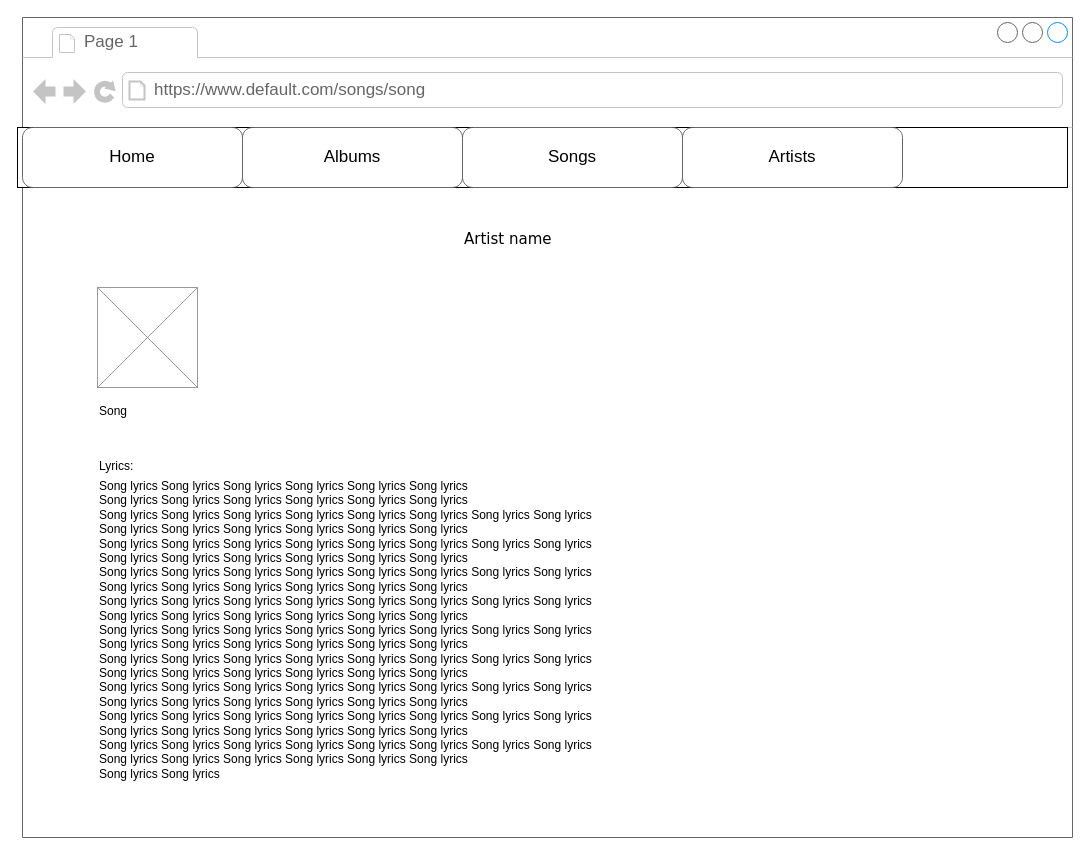
Before: Documentation/wireframes/song.drawio in LyonBerends/web-basics, a draw.io diagram. Source tidied: cells renumbered, new cells numbered last; positions are measured from the earlier drawing's top-left corner, leaving out a move shared by most shapes. Both pictures are drawn from the tidied source at 100%, with x=0, y=0 at pixel (17, 17).
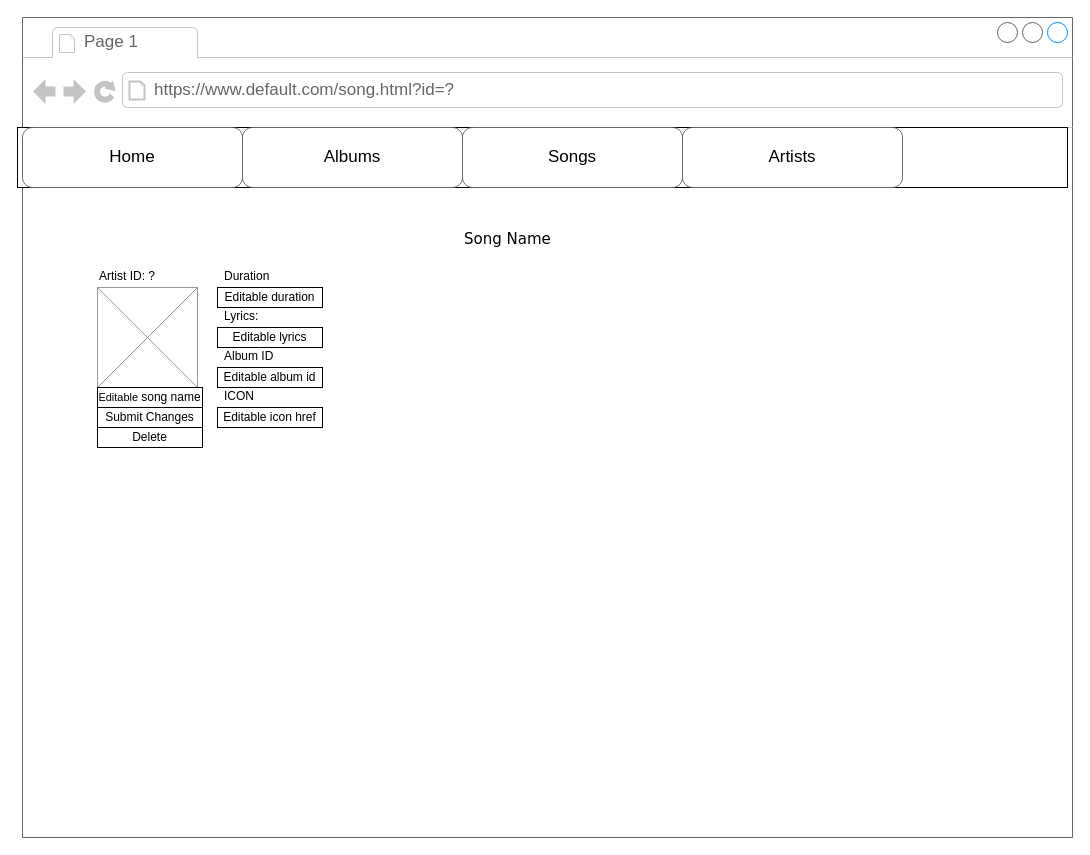
After the change.

The change refers to these unchanged cells:
```xml
<mxCell id="2" style="strokeWidth=1;shadow=0;dashed=0;align=center;html=1;shape=mxgraph.mockup.containers.browserWindow;rSize=0;strokeColor=#666666;mainText=,;rounded=0;labelBackgroundColor=none;fontFamily=Verdana;fontSize=12;" parent="1" vertex="1">
  <mxGeometry x="5" width="1050" height="820" as="geometry" />
</mxCell>
```

Change to the diagram source:
```diff
@@
-    <mxCell id="4" value="&lt;div&gt;https://www.default.com/songs/song&lt;/div&gt;" style="strokeWidth=1;shadow=0;dashed=0;align=center;html=1;shape=mxgraph.mockup.containers.anchor;rSize=0;fontSize=17;fontColor=#666666;align=left;" parent="2" vertex="1">
+    <mxCell id="4" value="&lt;div&gt;https://www.default.com/song.html?id=?&lt;/div&gt;" style="strokeWidth=1;shadow=0;dashed=0;align=center;html=1;shape=mxgraph.mockup.containers.anchor;rSize=0;fontSize=17;fontColor=#666666;align=left;" parent="2" vertex="1">
       <mxGeometry x="130" y="60" width="250" height="26" as="geometry" />
     </mxCell>
-    <mxCell id="5" value="Artist name" style="text;html=1;align=left;verticalAlign=top;spacingTop=-4;fontSize=15;fontFamily=Verdana;" parent="2" vertex="1">
+    <mxCell id="5" value="Song Name" style="text;html=1;align=left;verticalAlign=top;spacingTop=-4;fontSize=15;fontFamily=Verdana;" parent="2" vertex="1">
       <mxGeometry x="440" y="210" width="170" height="30" as="geometry" />
     </mxCell>
@@
-    <mxCell id="12" value="Song" style="text;spacingTop=-5;whiteSpace=wrap;html=1;align=left;fontSize=12;fontFamily=Helvetica;fillColor=none;strokeColor=none;" parent="2" vertex="1">
-      <mxGeometry x="75" y="385" width="80" height="20" as="geometry" />
-    </mxCell>
+    <mxCell id="15" value="Artist ID: ?" style="text;spacingTop=-5;whiteSpace=wrap;html=1;align=left;fontSize=12;fontFamily=Helvetica;fillColor=none;strokeColor=none;" parent="2" vertex="1">
+      <mxGeometry x="75" y="250" width="80" height="20" as="geometry" />
+    </mxCell>
+    <mxCell id="16" value="&lt;font style=&quot;font-size: 11px;&quot;&gt;Editable &lt;/font&gt;song name" style="rounded=0;whiteSpace=wrap;html=1;" parent="2" vertex="1">
+      <mxGeometry x="75" y="370" width="105" height="20" as="geometry" />
+    </mxCell>
+    <mxCell id="17" value="Delete" style="rounded=0;whiteSpace=wrap;html=1;" parent="2" vertex="1">
+      <mxGeometry x="75" y="410" width="105" height="20" as="geometry" />
+    </mxCell>
+    <mxCell id="18" value="Submit Changes" style="rounded=0;whiteSpace=wrap;html=1;" parent="2" vertex="1">
+      <mxGeometry x="75" y="390" width="105" height="20" as="geometry" />
+    </mxCell>
+    <mxCell id="19" value="Duration" style="text;spacingTop=-5;whiteSpace=wrap;html=1;align=left;fontSize=12;fontFamily=Helvetica;fillColor=none;strokeColor=none;" parent="2" vertex="1">
+      <mxGeometry x="200" y="250" width="80" height="20" as="geometry" />
+    </mxCell>
+    <mxCell id="20" value="Editable duration" style="rounded=0;whiteSpace=wrap;html=1;" parent="2" vertex="1">
+      <mxGeometry x="195" y="270" width="105" height="20" as="geometry" />
+    </mxCell>
     <mxCell id="13" value="Lyrics:" style="text;spacingTop=-5;whiteSpace=wrap;html=1;align=left;fontSize=12;fontFamily=Helvetica;fillColor=none;strokeColor=none;" parent="2" vertex="1">
-      <mxGeometry x="75" y="440" width="80" height="20" as="geometry" />
+      <mxGeometry x="200" y="290" width="80" height="20" as="geometry" />
     </mxCell>
-    <mxCell id="14" value="Song lyrics Song lyrics Song lyrics Song lyrics Song lyrics Song lyrics &lt;br/&gt;Song lyrics Song lyrics Song lyrics Song lyrics Song lyrics Song lyrics &lt;br/&gt;Song lyrics Song lyrics Song lyrics Song lyrics Song lyrics Song lyrics Song lyrics Song lyrics &lt;br/&gt;Song lyrics Song lyrics Song lyrics Song lyrics Song lyrics Song lyrics &lt;br/&gt;Song lyrics Song lyrics Song lyrics Song lyrics Song lyrics Song lyrics Song lyrics Song lyrics &lt;br/&gt;Song lyrics Song lyrics Song lyrics Song lyrics Song lyrics Song lyrics &lt;br/&gt;Song lyrics Song lyrics Song lyrics Song lyrics Song lyrics Song lyrics Song lyrics Song lyrics &lt;br/&gt;Song lyrics Song lyrics Song lyrics Song lyrics Song lyrics Song lyrics &lt;br/&gt;Song lyrics Song lyrics Song lyrics Song lyrics Song lyrics Song lyrics Song lyrics Song lyrics &lt;br/&gt;Song lyrics Song lyrics Song lyrics Song lyrics Song lyrics Song lyrics &lt;br/&gt;Song lyrics Song lyrics Song lyrics Song lyrics Song lyrics Song lyrics Song lyrics Song lyrics &lt;br/&gt;Song lyrics Song lyrics Song lyrics Song lyrics Song lyrics Song lyrics &lt;br/&gt;Song lyrics Song lyrics Song lyrics Song lyrics Song lyrics Song lyrics Song lyrics Song lyrics &lt;br/&gt;Song lyrics Song lyrics Song lyrics Song lyrics Song lyrics Song lyrics &lt;br/&gt;Song lyrics Song lyrics Song lyrics Song lyrics Song lyrics Song lyrics Song lyrics Song lyrics &lt;br/&gt;Song lyrics Song lyrics Song lyrics Song lyrics Song lyrics Song lyrics &lt;br/&gt;Song lyrics Song lyrics Song lyrics Song lyrics Song lyrics Song lyrics Song lyrics Song lyrics &lt;br/&gt;Song lyrics Song lyrics Song lyrics Song lyrics Song lyrics Song lyrics &lt;br/&gt;Song lyrics Song lyrics Song lyrics Song lyrics Song lyrics Song lyrics Song lyrics Song lyrics &lt;br/&gt;Song lyrics Song lyrics Song lyrics Song lyrics Song lyrics Song lyrics &lt;br/&gt;Song lyrics Song lyrics " style="text;spacingTop=-5;whiteSpace=wrap;html=1;align=left;fontSize=12;fontFamily=Helvetica;fillColor=none;strokeColor=none;" parent="2" vertex="1">
-      <mxGeometry x="75" y="460" width="785" height="150" as="geometry" />
-    </mxCell>
+    <mxCell id="21" value="Editable lyrics" style="rounded=0;whiteSpace=wrap;html=1;" parent="2" vertex="1">
+      <mxGeometry x="195" y="310" width="105" height="20" as="geometry" />
+    </mxCell>
+    <mxCell id="22" value="Album ID" style="text;spacingTop=-5;whiteSpace=wrap;html=1;align=left;fontSize=12;fontFamily=Helvetica;fillColor=none;strokeColor=none;" parent="2" vertex="1">
+      <mxGeometry x="200" y="330" width="80" height="20" as="geometry" />
+    </mxCell>
+    <mxCell id="23" value="Editable album id" style="rounded=0;whiteSpace=wrap;html=1;" parent="2" vertex="1">
+      <mxGeometry x="195" y="350" width="105" height="20" as="geometry" />
+    </mxCell>
+    <mxCell id="24" value="ICON" style="text;spacingTop=-5;whiteSpace=wrap;html=1;align=left;fontSize=12;fontFamily=Helvetica;fillColor=none;strokeColor=none;" parent="2" vertex="1">
+      <mxGeometry x="200" y="370" width="80" height="20" as="geometry" />
+    </mxCell>
+    <mxCell id="25" value="Editable icon href" style="rounded=0;whiteSpace=wrap;html=1;" parent="2" vertex="1">
+      <mxGeometry x="195" y="390" width="105" height="20" as="geometry" />
+    </mxCell>
```
